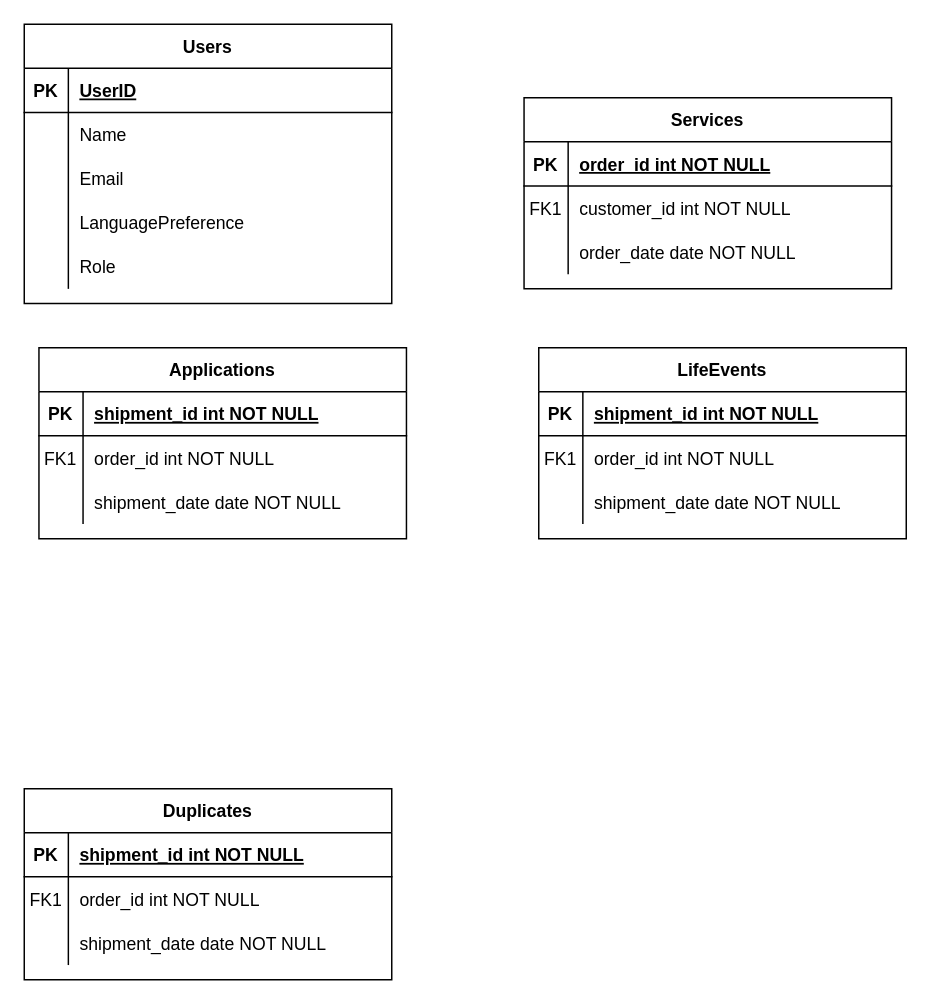
This is ServizzGov.drawio from nataleletizia/ServizzGov, a draw.io file, before an edit. Source tidied: cells renumbered, new cells numbered last; positions are measured from the earlier drawing's top-left corner, leaving out a move shared by most shapes. Both pictures are drawn from the tidied source at 147%, with x=0, y=0 at pixel (24, 24).
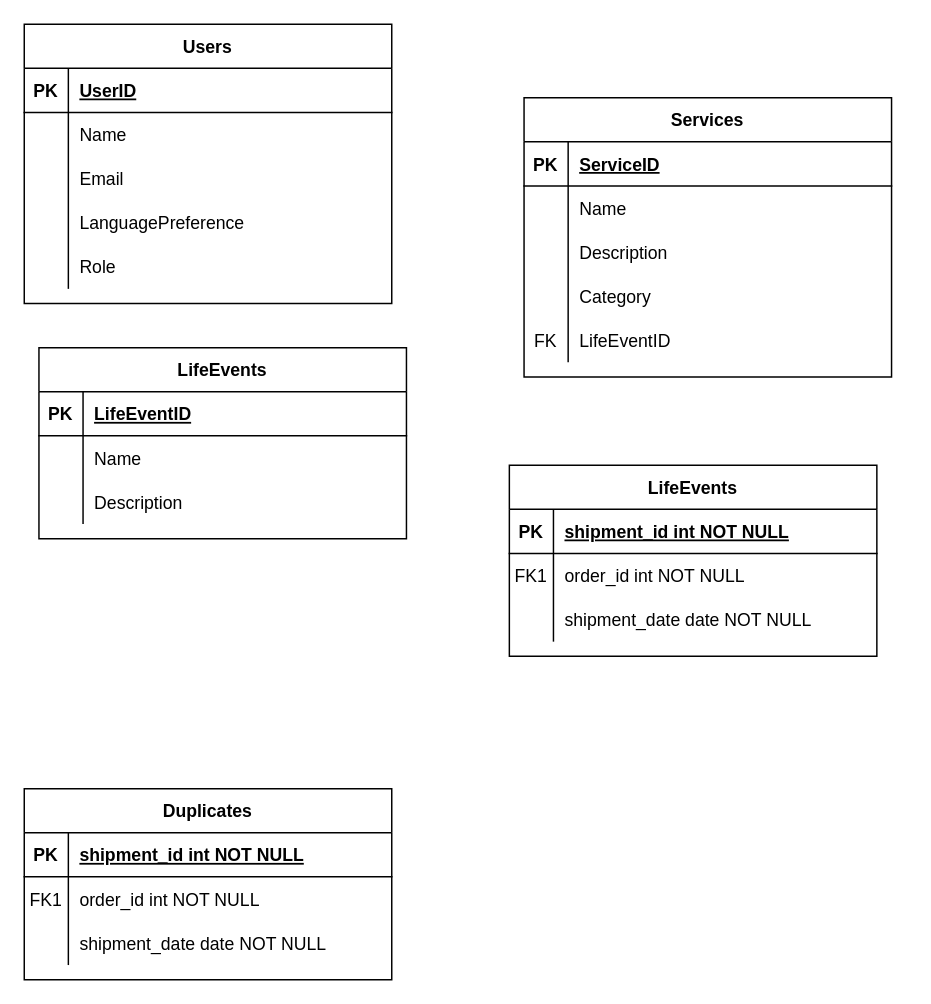
The same diagram, later.

The change refers to these unchanged cells:
```xml
<mxCell id="3" style="shape=partialRectangle;fillColor=none;top=0;left=0;right=0;bottom=1;" parent="2" vertex="1">
  <mxGeometry y="30" width="250" height="30" as="geometry" />
</mxCell>
<mxCell id="6" style="shape=partialRectangle;fillColor=none;top=0;left=0;right=0;bottom=0;" parent="2" vertex="1">
  <mxGeometry y="60" width="250" height="30" as="geometry" />
</mxCell>
<mxCell id="9" style="shape=partialRectangle;fillColor=none;top=0;left=0;right=0;bottom=0;" parent="2" vertex="1">
  <mxGeometry y="90" width="250" height="30" as="geometry" />
</mxCell>
<mxCell id="13" style="shape=partialRectangle;fillColor=none;top=0;left=0;right=0;bottom=1;" parent="12" vertex="1">
  <mxGeometry y="30" width="250" height="30" as="geometry" />
</mxCell>
<mxCell id="16" style="shape=partialRectangle;fillColor=none;top=0;left=0;right=0;bottom=0;" parent="12" vertex="1">
  <mxGeometry y="60" width="250" height="30" as="geometry" />
</mxCell>
<mxCell id="19" style="shape=partialRectangle;fillColor=none;top=0;left=0;right=0;bottom=0;" parent="12" vertex="1">
  <mxGeometry y="90" width="250" height="30" as="geometry" />
</mxCell>
```

Change to the diagram source:
```diff
@@
     <mxCell id="2" value="Services" style="shape=table;startSize=30;childLayout=tableLayout;rowLines=0;fontStyle=1;align=center;" parent="1" vertex="1">
-      <mxGeometry x="340" y="50" width="250" height="130" as="geometry" />
+      <mxGeometry x="340" y="50" width="250" height="190" as="geometry" />
     </mxCell>
@@
-    <mxCell id="5" value="order_id int NOT NULL " style="shape=partialRectangle;overflow=hidden;fillColor=none;top=0;left=0;bottom=0;right=0;align=left;spacingLeft=6;fontStyle=5;" parent="3" vertex="1">
+    <mxCell id="5" value="ServiceID" style="shape=partialRectangle;overflow=hidden;fillColor=none;top=0;left=0;bottom=0;right=0;align=left;spacingLeft=6;fontStyle=5;" parent="3" vertex="1">
       <mxGeometry x="30" width="220" height="30" as="geometry" />
     </mxCell>
@@
-    <mxCell id="7" value="FK1" style="shape=partialRectangle;overflow=hidden;fillColor=none;top=0;left=0;bottom=0;right=0;" parent="6" vertex="1">
+    <mxCell id="7" style="shape=partialRectangle;overflow=hidden;fillColor=none;top=0;left=0;bottom=0;right=0;" parent="6" vertex="1">
       <mxGeometry width="30" height="30" as="geometry" />
     </mxCell>
-    <mxCell id="8" value="customer_id int NOT NULL" style="shape=partialRectangle;overflow=hidden;fillColor=none;top=0;left=0;bottom=0;right=0;align=left;spacingLeft=6;" parent="6" vertex="1">
+    <mxCell id="8" value="Name" style="shape=partialRectangle;overflow=hidden;fillColor=none;top=0;left=0;bottom=0;right=0;align=left;spacingLeft=6;" parent="6" vertex="1">
       <mxGeometry x="30" width="220" height="30" as="geometry" />
     </mxCell>
@@
-    <mxCell id="11" value="order_date date NOT NULL" style="shape=partialRectangle;overflow=hidden;fillColor=none;top=0;left=0;bottom=0;right=0;align=left;spacingLeft=6;" parent="9" vertex="1">
+    <mxCell id="11" value="Description" style="shape=partialRectangle;overflow=hidden;fillColor=none;top=0;left=0;bottom=0;right=0;align=left;spacingLeft=6;" parent="9" vertex="1">
       <mxGeometry x="30" width="220" height="30" as="geometry" />
     </mxCell>
+    <mxCell id="58" style="shape=partialRectangle;fillColor=none;top=0;left=0;right=0;bottom=0;" parent="2" vertex="1">
+      <mxGeometry y="120" width="250" height="30" as="geometry" />
+    </mxCell>
+    <mxCell id="59" style="shape=partialRectangle;overflow=hidden;fillColor=none;top=0;left=0;bottom=0;right=0;" parent="58" vertex="1">
+      <mxGeometry width="30" height="30" as="geometry" />
+    </mxCell>
+    <mxCell id="60" value="Category" style="shape=partialRectangle;overflow=hidden;fillColor=none;top=0;left=0;bottom=0;right=0;align=left;spacingLeft=6;" parent="58" vertex="1">
+      <mxGeometry x="30" width="220" height="30" as="geometry" />
+    </mxCell>
+    <mxCell id="61" style="shape=partialRectangle;fillColor=none;top=0;left=0;right=0;bottom=0;" parent="2" vertex="1">
+      <mxGeometry y="150" width="250" height="30" as="geometry" />
+    </mxCell>
+    <mxCell id="62" value="FK" style="shape=partialRectangle;overflow=hidden;fillColor=none;top=0;left=0;bottom=0;right=0;" parent="61" vertex="1">
+      <mxGeometry width="30" height="30" as="geometry" />
+    </mxCell>
+    <mxCell id="63" value="LifeEventID " style="shape=partialRectangle;overflow=hidden;fillColor=none;top=0;left=0;bottom=0;right=0;align=left;spacingLeft=6;" parent="61" vertex="1">
+      <mxGeometry x="30" width="220" height="30" as="geometry" />
+    </mxCell>
-    <mxCell id="12" value="Applications" style="shape=table;startSize=30;childLayout=tableLayout;rowLines=0;fontStyle=1;align=center;" parent="1" vertex="1">
+    <mxCell id="12" value="LifeEvents" style="shape=table;startSize=30;childLayout=tableLayout;rowLines=0;fontStyle=1;align=center;" parent="1" vertex="1">
       <mxGeometry x="10" y="220" width="250" height="130" as="geometry" />
     </mxCell>
@@
-    <mxCell id="15" value="shipment_id int NOT NULL " style="shape=partialRectangle;overflow=hidden;fillColor=none;top=0;left=0;bottom=0;right=0;align=left;spacingLeft=6;fontStyle=5;" parent="13" vertex="1">
+    <mxCell id="15" value="LifeEventID" style="shape=partialRectangle;overflow=hidden;fillColor=none;top=0;left=0;bottom=0;right=0;align=left;spacingLeft=6;fontStyle=5;" parent="13" vertex="1">
       <mxGeometry x="30" width="220" height="30" as="geometry" />
     </mxCell>
@@
-    <mxCell id="17" value="FK1" style="shape=partialRectangle;overflow=hidden;fillColor=none;top=0;left=0;bottom=0;right=0;" parent="16" vertex="1">
+    <mxCell id="17" style="shape=partialRectangle;overflow=hidden;fillColor=none;top=0;left=0;bottom=0;right=0;" parent="16" vertex="1">
       <mxGeometry width="30" height="30" as="geometry" />
     </mxCell>
-    <mxCell id="18" value="order_id int NOT NULL" style="shape=partialRectangle;overflow=hidden;fillColor=none;top=0;left=0;bottom=0;right=0;align=left;spacingLeft=6;" parent="16" vertex="1">
+    <mxCell id="18" value="Name" style="shape=partialRectangle;overflow=hidden;fillColor=none;top=0;left=0;bottom=0;right=0;align=left;spacingLeft=6;" parent="16" vertex="1">
       <mxGeometry x="30" width="220" height="30" as="geometry" />
     </mxCell>
@@
-    <mxCell id="21" value="shipment_date date NOT NULL" style="shape=partialRectangle;overflow=hidden;fillColor=none;top=0;left=0;bottom=0;right=0;align=left;spacingLeft=6;" parent="19" vertex="1">
+    <mxCell id="21" value="Description" style="shape=partialRectangle;overflow=hidden;fillColor=none;top=0;left=0;bottom=0;right=0;align=left;spacingLeft=6;" parent="19" vertex="1">
       <mxGeometry x="30" width="220" height="30" as="geometry" />
     </mxCell>
@@
     <mxCell id="38" value="LifeEvents" style="shape=table;startSize=30;childLayout=tableLayout;rowLines=0;fontStyle=1;align=center;" parent="1" vertex="1">
-      <mxGeometry x="350" y="220" width="250" height="130" as="geometry" />
+      <mxGeometry x="330" y="300" width="250" height="130" as="geometry" />
     </mxCell>
```
